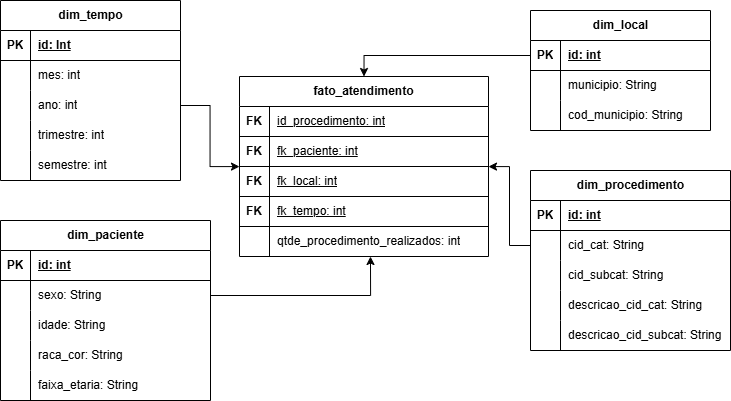
The draw.io diagram Assets/Modelo Dimensional.png in AlannTorres/OLAP_DadosAmbulatorios, before a commit. Source tidied: cells renumbered, new cells last; positions are measured from the earlier drawing's top-left corner, leaving out a move shared by most shapes.
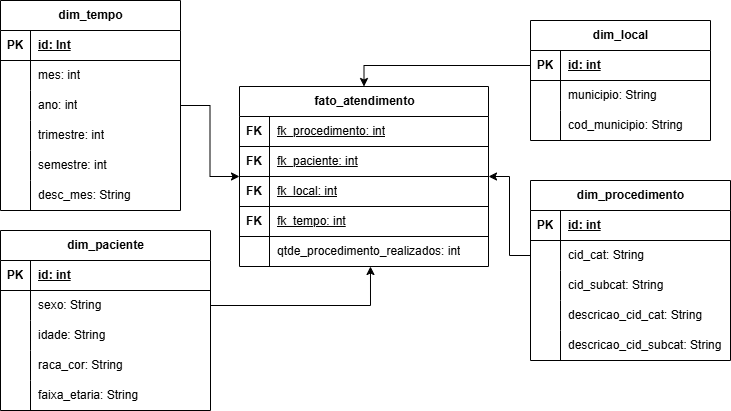
After the change.

Commit message:
fix: Correção na apresentação

Change to the diagram source:
```diff
@@ -3,7 +3,7 @@
     <mxCell id="0" />
     <mxCell id="1" parent="0" />
     <mxCell id="2" value="&lt;span style=&quot;text-wrap: wrap;&quot;&gt;dim_tempo&lt;/span&gt;" style="shape=table;startSize=30;rowLines=0;fontStyle=1;align=center;html=1;" parent="1" vertex="1">
-      <mxGeometry width="180" height="180" as="geometry" />
+      <mxGeometry y="-10" width="180" height="210" as="geometry" />
     </mxCell>
     <mxCell id="3" style="shape=tableRow;horizontal=0;startSize=0;swimlaneHead=0;swimlaneBody=0;fillColor=none;top=0;left=0;right=0;bottom=1;" parent="2" vertex="1">
       <mxGeometry y="30" width="180" height="30" as="geometry" />
@@ -50,6 +50,15 @@
     <mxCell id="17" value="semestre: int" style="shape=partialRectangle;fillColor=none;top=0;left=0;bottom=0;right=0;align=left;spacingLeft=6;overflow=hidden;whiteSpace=wrap;html=1;" parent="15" vertex="1">
       <mxGeometry x="30" width="150" height="30" as="geometry" />
     </mxCell>
+    <mxCell id="80" style="shape=tableRow;horizontal=0;startSize=0;swimlaneHead=0;swimlaneBody=0;fillColor=none;top=0;left=0;right=0;bottom=0;" parent="2" vertex="1">
+      <mxGeometry y="180" width="180" height="30" as="geometry" />
+    </mxCell>
+    <mxCell id="81" style="shape=partialRectangle;fillColor=none;top=0;left=0;bottom=0;right=0;overflow=hidden;whiteSpace=wrap;html=1;" parent="80" vertex="1">
+      <mxGeometry width="30" height="30" as="geometry" />
+    </mxCell>
+    <mxCell id="82" value="desc_mes: String" style="shape=partialRectangle;fillColor=none;top=0;left=0;bottom=0;right=0;align=left;spacingLeft=6;overflow=hidden;whiteSpace=wrap;html=1;" parent="80" vertex="1">
+      <mxGeometry x="30" width="150" height="30" as="geometry" />
+    </mxCell>
     <mxCell id="18" value="&lt;span style=&quot;text-wrap: wrap;&quot;&gt;fato_atendimento&lt;/span&gt;" style="shape=table;startSize=30;rowLines=0;fontStyle=1;align=center;html=1;" parent="1" vertex="1">
       <mxGeometry x="239" y="76" width="249" height="180" as="geometry" />
     </mxCell>
@@ -59,7 +68,7 @@
     <mxCell id="20" value="FK" style="shape=partialRectangle;fillColor=none;top=0;left=0;bottom=0;right=0;fontStyle=1;overflow=hidden;whiteSpace=wrap;html=1;" parent="19" vertex="1">
       <mxGeometry width="30" height="30" as="geometry" />
     </mxCell>
-    <mxCell id="21" value="&lt;span style=&quot;font-weight: 400;&quot;&gt;id_procedimento: int&lt;/span&gt;" style="shape=partialRectangle;fillColor=none;top=0;left=0;bottom=0;right=0;align=left;spacingLeft=6;fontStyle=5;overflow=hidden;whiteSpace=wrap;html=1;" parent="19" vertex="1">
+    <mxCell id="21" value="&lt;span style=&quot;font-weight: 400;&quot;&gt;fk_procedimento: int&lt;/span&gt;" style="shape=partialRectangle;fillColor=none;top=0;left=0;bottom=0;right=0;align=left;spacingLeft=6;fontStyle=5;overflow=hidden;whiteSpace=wrap;html=1;" parent="19" vertex="1">
       <mxGeometry x="30" width="219" height="30" as="geometry" />
     </mxCell>
     <mxCell id="22" style="shape=tableRow;horizontal=0;startSize=0;swimlaneHead=0;swimlaneBody=0;fillColor=none;top=0;left=0;right=0;bottom=1;" parent="18" vertex="1">
```
